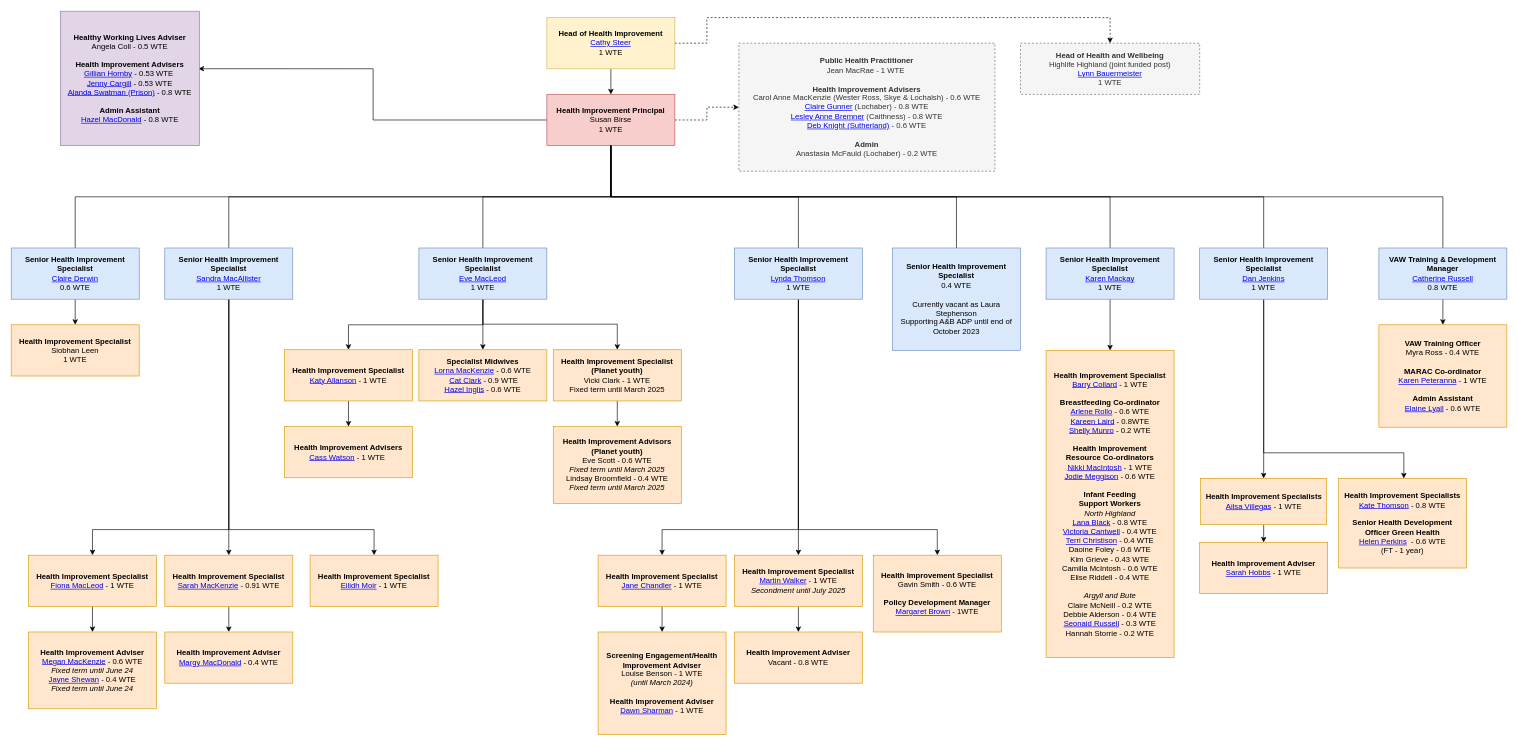
Earlier version of the draw.io diagram Untitled Diagram.drawio (barrycollard/staffOrgChart). Source tidied: cells renumbered, new cells numbered last; positions are measured from the earlier drawing's top-left corner, leaving out a move shared by most shapes. Both pictures are drawn from the tidied source at 64%, with x=0, y=0 at pixel (11, 11).
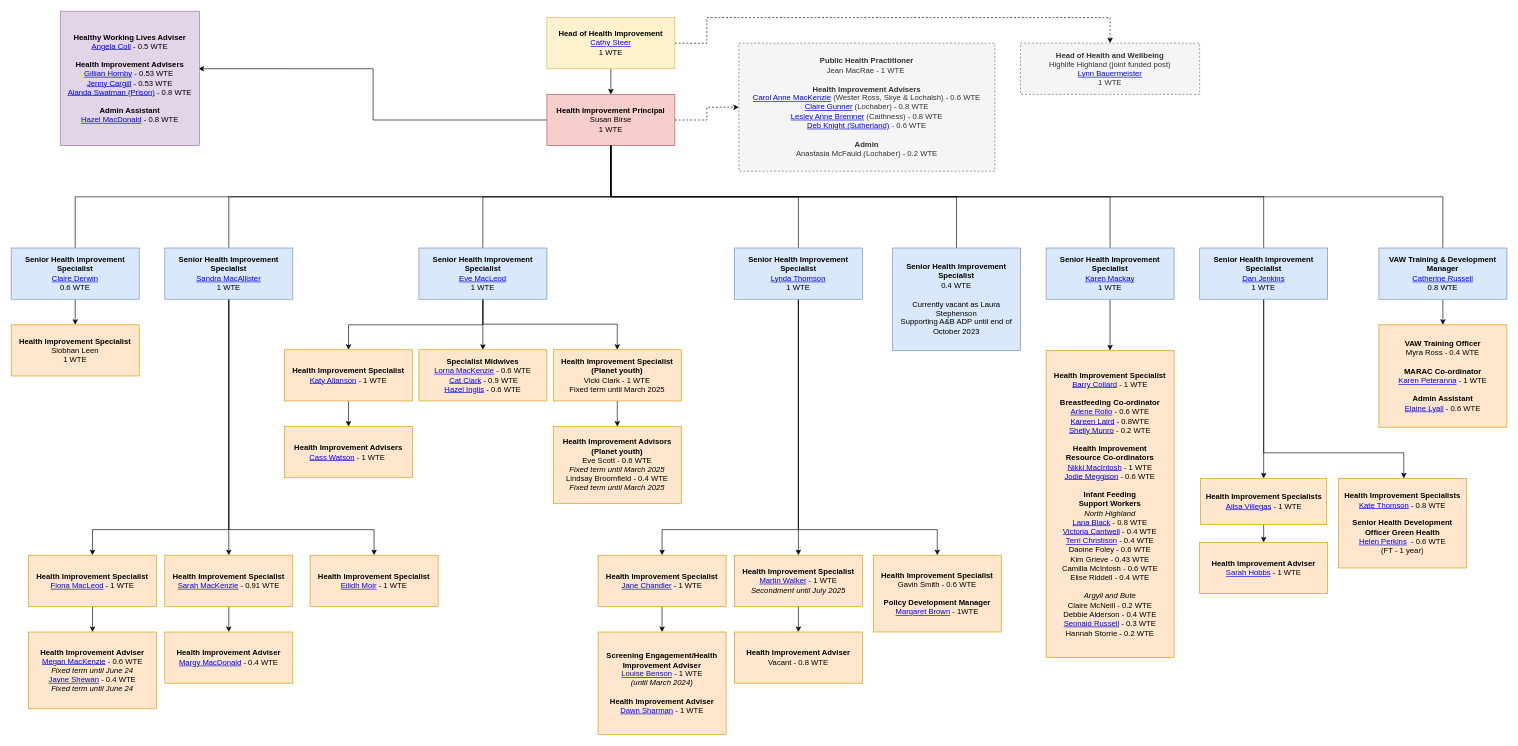
The same diagram, later.

Commit message:
Added Carol MacKenzie

What changed in the source:
```diff
@@
-    <mxCell id="8" value="&lt;div&gt;&lt;b&gt;Healthy Working Lives Adviser&lt;/b&gt;&lt;/div&gt;&lt;div&gt;Angela Coll - 0.5 WTE&lt;/div&gt;&lt;div&gt;&lt;br&gt;&lt;/div&gt;&lt;div&gt;&lt;b&gt;Health Improvement Advisers&lt;/b&gt;&lt;/div&gt;&lt;div&gt;&lt;div&gt;&lt;a style=&quot;background-color: initial;&quot; href=&quot;https://nhshighland.publichealth.scot.nhs.uk/staff/gillian-hornby/&quot;&gt;Gillian Hornby&lt;/a&gt;&lt;span style=&quot;background-color: initial;&quot;&gt; - 0.53 WTE&amp;nbsp;&lt;/span&gt;&lt;br&gt;&lt;/div&gt;&lt;div&gt;&lt;span style=&quot;background-color: initial;&quot;&gt;&lt;a href=&quot;https://nhshighland.publichealth.scot.nhs.uk/staff/jenny-cargill/&quot;&gt;Jenny Cargill&lt;/a&gt; - 0.53 WTE&lt;/span&gt;&lt;br&gt;&lt;/div&gt;&lt;div&gt;&lt;a href=&quot;https://nhshighland.publichealth.scot.nhs.uk/staff/alanda-swatman/&quot;&gt;Alanda Swatman (Prison)&lt;/a&gt; - 0.8 WTE&lt;/div&gt;&lt;/div&gt;&lt;div&gt;&lt;br&gt;&lt;/div&gt;&lt;div&gt;&lt;b&gt;Admin Assistant&lt;/b&gt;&lt;/div&gt;&lt;div&gt;&lt;a href=&quot;https://nhshighland.publichealth.scot.nhs.uk/staff/hazel-macdonald/&quot;&gt;Hazel MacDonald&lt;/a&gt; - 0.8 WTE&lt;/div&gt;" style="rounded=0;whiteSpace=wrap;html=1;fillColor=#e1d5e7;strokeColor=#9673a6;" parent="1" vertex="1">
+    <mxCell id="8" value="&lt;div&gt;&lt;b&gt;Healthy Working Lives Adviser&lt;/b&gt;&lt;/div&gt;&lt;div&gt;&lt;a href=&quot;https://nhshighland.publichealth.scot.nhs.uk/staff/angela-coll/&quot;&gt;Angela Coll&lt;/a&gt; - 0.5 WTE&lt;/div&gt;&lt;div&gt;&lt;br&gt;&lt;/div&gt;&lt;div&gt;&lt;b&gt;Health Improvement Advisers&lt;/b&gt;&lt;/div&gt;&lt;div&gt;&lt;div&gt;&lt;a style=&quot;background-color: initial;&quot; href=&quot;https://nhshighland.publichealth.scot.nhs.uk/staff/gillian-hornby/&quot;&gt;Gillian Hornby&lt;/a&gt;&lt;span style=&quot;background-color: initial;&quot;&gt; - 0.53 WTE&amp;nbsp;&lt;/span&gt;&lt;br&gt;&lt;/div&gt;&lt;div&gt;&lt;span style=&quot;background-color: initial;&quot;&gt;&lt;a href=&quot;https://nhshighland.publichealth.scot.nhs.uk/staff/jenny-cargill/&quot;&gt;Jenny Cargill&lt;/a&gt; - 0.53 WTE&lt;/span&gt;&lt;br&gt;&lt;/div&gt;&lt;div&gt;&lt;a href=&quot;https://nhshighland.publichealth.scot.nhs.uk/staff/alanda-swatman/&quot;&gt;Alanda Swatman (Prison)&lt;/a&gt; - 0.8 WTE&lt;/div&gt;&lt;/div&gt;&lt;div&gt;&lt;br&gt;&lt;/div&gt;&lt;div&gt;&lt;b&gt;Admin Assistant&lt;/b&gt;&lt;/div&gt;&lt;div&gt;&lt;a href=&quot;https://nhshighland.publichealth.scot.nhs.uk/staff/hazel-macdonald/&quot;&gt;Hazel MacDonald&lt;/a&gt; - 0.8 WTE&lt;/div&gt;" style="rounded=0;whiteSpace=wrap;html=1;fillColor=#e1d5e7;strokeColor=#9673a6;" parent="1" vertex="1">
       <mxGeometry x="77" width="217" height="210" as="geometry" />
     </mxCell>
@@
-    <mxCell id="40" value="&lt;b&gt;Screening Engagement/Health Improvement Adviser&lt;/b&gt;&lt;div&gt;Louise Benson - 1 WTE&lt;br&gt;&lt;/div&gt;&lt;div&gt;&lt;i&gt;(until March 2024)&lt;/i&gt;&lt;/div&gt;&lt;div&gt;&lt;b&gt;&lt;br&gt;&lt;/b&gt;&lt;/div&gt;&lt;div&gt;&lt;b&gt;Health Improvement Adviser&lt;/b&gt;&lt;/div&gt;&lt;div&gt;&lt;a href=&quot;https://nhshighland.publichealth.scot.nhs.uk/staff/dawn-sharman/&quot;&gt;Dawn Sharman&lt;/a&gt; - 1 WTE&lt;/div&gt;" style="rounded=0;whiteSpace=wrap;html=1;fillColor=#ffe6cc;strokeColor=#d79b00;" parent="1" vertex="1">
+    <mxCell id="40" value="&lt;b&gt;Screening Engagement/Health Improvement Adviser&lt;/b&gt;&lt;div&gt;&lt;a href=&quot;https://nhshighland.publichealth.scot.nhs.uk/staff/louise-benson/&quot;&gt;Louise Benson&lt;/a&gt; - 1 WTE&lt;br&gt;&lt;/div&gt;&lt;div&gt;&lt;i&gt;(until March 2024)&lt;/i&gt;&lt;/div&gt;&lt;div&gt;&lt;b&gt;&lt;br&gt;&lt;/b&gt;&lt;/div&gt;&lt;div&gt;&lt;b&gt;Health Improvement Adviser&lt;/b&gt;&lt;/div&gt;&lt;div&gt;&lt;a href=&quot;https://nhshighland.publichealth.scot.nhs.uk/staff/dawn-sharman/&quot;&gt;Dawn Sharman&lt;/a&gt; - 1 WTE&lt;/div&gt;" style="rounded=0;whiteSpace=wrap;html=1;fillColor=#ffe6cc;strokeColor=#d79b00;" parent="1" vertex="1">
       <mxGeometry x="917" y="970" width="200" height="160" as="geometry" />
     </mxCell>
@@
-    <mxCell id="56" value="&lt;div style=&quot;border-color: var(--border-color);&quot;&gt;&lt;div style=&quot;border-color: var(--border-color);&quot;&gt;&lt;b&gt;Public Health Practitioner&lt;/b&gt;&lt;/div&gt;&lt;div style=&quot;border-color: var(--border-color);&quot;&gt;Jean MacRae - 1 WTE&amp;nbsp;&lt;br&gt;&lt;/div&gt;&lt;div style=&quot;border-color: var(--border-color);&quot;&gt;&lt;br&gt;&lt;/div&gt;&lt;div style=&quot;border-color: var(--border-color);&quot;&gt;&lt;b&gt;Health Improvement Advisers&lt;/b&gt;&lt;/div&gt;&lt;div style=&quot;border-color: var(--border-color);&quot;&gt;Carol Anne MacKenzie (Wester Ross, Skye &amp;amp; Lochalsh) - 0.6 WTE&lt;/div&gt;&lt;div style=&quot;border-color: var(--border-color);&quot;&gt;&lt;a href=&quot;https://nhshighland.publichealth.scot.nhs.uk/staff/claire-gunner/&quot;&gt;Claire Gunner&lt;/a&gt; (Lochaber) - 0.8 WTE&lt;/div&gt;&lt;div style=&quot;border-color: var(--border-color);&quot;&gt;&lt;a href=&quot;https://nhshighland.publichealth.scot.nhs.uk/staff/lesley-anne-bremner/&quot;&gt;Lesley Anne Bremner&lt;/a&gt; (Caithness) - 0.8 WTE&lt;/div&gt;&lt;div style=&quot;border-color: var(--border-color);&quot;&gt;&lt;a href=&quot;https://nhshighland.publichealth.scot.nhs.uk/staff/deborah-knight/&quot;&gt;Deb Knight (Sutherland)&lt;/a&gt; - 0.6 WTE&lt;/div&gt;&lt;div style=&quot;border-color: var(--border-color);&quot;&gt;&lt;br&gt;&lt;/div&gt;&lt;div style=&quot;border-color: var(--border-color);&quot;&gt;&lt;b&gt;Admin&lt;/b&gt;&lt;/div&gt;&lt;div style=&quot;border-color: var(--border-color);&quot;&gt;&lt;span style=&quot;background-color: initial;&quot;&gt;Anastasia McFauld (Lochaber) - 0.2 WTE&lt;/span&gt;&lt;/div&gt;&lt;/div&gt;" style="rounded=0;whiteSpace=wrap;html=1;dashed=1;fillColor=#f5f5f5;fontColor=#333333;strokeColor=#666666;" parent="1" vertex="1">
+    <mxCell id="56" value="&lt;div style=&quot;border-color: var(--border-color);&quot;&gt;&lt;div style=&quot;border-color: var(--border-color);&quot;&gt;&lt;b&gt;Public Health Practitioner&lt;/b&gt;&lt;/div&gt;&lt;div style=&quot;border-color: var(--border-color);&quot;&gt;Jean MacRae - 1 WTE&amp;nbsp;&lt;br&gt;&lt;/div&gt;&lt;div style=&quot;border-color: var(--border-color);&quot;&gt;&lt;br&gt;&lt;/div&gt;&lt;div style=&quot;border-color: var(--border-color);&quot;&gt;&lt;b&gt;Health Improvement Advisers&lt;/b&gt;&lt;/div&gt;&lt;div style=&quot;border-color: var(--border-color);&quot;&gt;&lt;a href=&quot;https://nhshighland.publichealth.scot.nhs.uk/staff/carol-mackenzie/&quot;&gt;Carol Anne MacKenzie&lt;/a&gt; (Wester Ross, Skye &amp;amp; Lochalsh) - 0.6 WTE&lt;/div&gt;&lt;div style=&quot;border-color: var(--border-color);&quot;&gt;&lt;a href=&quot;https://nhshighland.publichealth.scot.nhs.uk/staff/claire-gunner/&quot;&gt;Claire Gunner&lt;/a&gt; (Lochaber) - 0.8 WTE&lt;/div&gt;&lt;div style=&quot;border-color: var(--border-color);&quot;&gt;&lt;a href=&quot;https://nhshighland.publichealth.scot.nhs.uk/staff/lesley-anne-bremner/&quot;&gt;Lesley Anne Bremner&lt;/a&gt; (Caithness) - 0.8 WTE&lt;/div&gt;&lt;div style=&quot;border-color: var(--border-color);&quot;&gt;&lt;a href=&quot;https://nhshighland.publichealth.scot.nhs.uk/staff/deborah-knight/&quot;&gt;Deb Knight (Sutherland)&lt;/a&gt; - 0.6 WTE&lt;/div&gt;&lt;div style=&quot;border-color: var(--border-color);&quot;&gt;&lt;br&gt;&lt;/div&gt;&lt;div style=&quot;border-color: var(--border-color);&quot;&gt;&lt;b&gt;Admin&lt;/b&gt;&lt;/div&gt;&lt;div style=&quot;border-color: var(--border-color);&quot;&gt;&lt;span style=&quot;background-color: initial;&quot;&gt;Anastasia McFauld (Lochaber) - 0.2 WTE&lt;/span&gt;&lt;/div&gt;&lt;/div&gt;" style="rounded=0;whiteSpace=wrap;html=1;dashed=1;fillColor=#f5f5f5;fontColor=#333333;strokeColor=#666666;" parent="1" vertex="1">
       <mxGeometry x="1137" y="50" width="400" height="200" as="geometry" />
     </mxCell>
```
